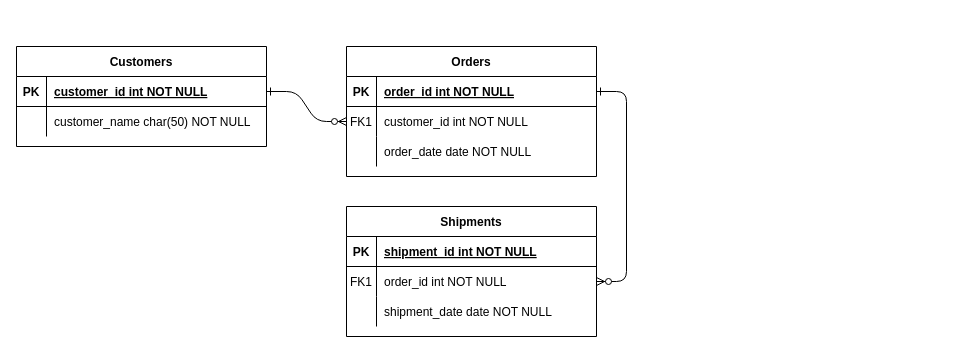
Above: Untitled Diagram.drawio in REDCROSS16/BD_project (draw.io), before the change. Source tidied: cells renumbered, new cells numbered last; positions are measured from the earlier drawing's top-left corner, leaving out a move shared by most shapes. Both pictures are drawn from the tidied source at 100%, with x=0, y=0 at pixel (16, 46).
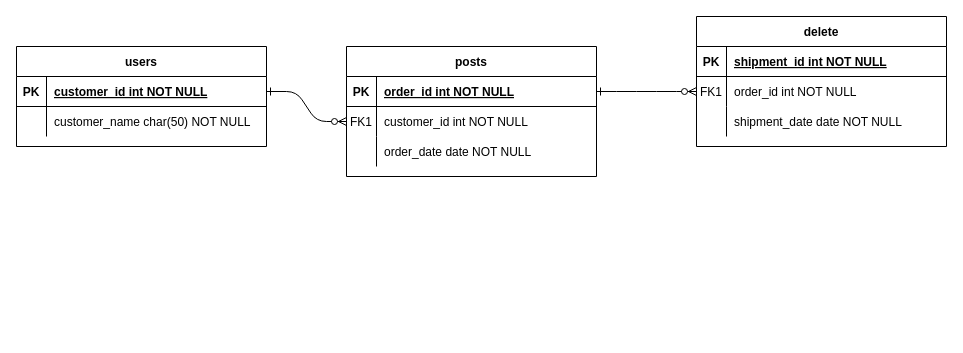
Above is the later version.

What changed in the source:
```diff
@@
-    <mxCell id="4" value="Orders" style="shape=table;startSize=30;childLayout=tableLayout;rowLines=0;fontStyle=1;align=center;" parent="1" vertex="1">
+    <mxCell id="4" value="posts" style="shape=table;startSize=30;childLayout=tableLayout;rowLines=0;fontStyle=1;align=center;" parent="1" vertex="1">
       <mxGeometry x="330" width="250" height="130" as="geometry" />
     </mxCell>
@@
-    <mxCell id="14" value="Shipments" style="shape=table;startSize=30;childLayout=tableLayout;rowLines=0;fontStyle=1;align=center;" parent="1" vertex="1">
-      <mxGeometry x="330" y="160" width="250" height="130" as="geometry" />
+    <mxCell id="14" value="delete" style="shape=table;startSize=30;childLayout=tableLayout;rowLines=0;fontStyle=1;align=center;" parent="1" vertex="1">
+      <mxGeometry x="680" y="-30" width="250" height="130" as="geometry" />
     </mxCell>
@@
-    <mxCell id="24" value="Customers" style="shape=table;startSize=30;childLayout=tableLayout;rowLines=0;fontStyle=1;align=center;" parent="1" vertex="1">
+    <mxCell id="24" value="users" style="shape=table;startSize=30;childLayout=tableLayout;rowLines=0;fontStyle=1;align=center;" parent="1" vertex="1">
       <mxGeometry width="250" height="100" as="geometry" />
     </mxCell>
```
